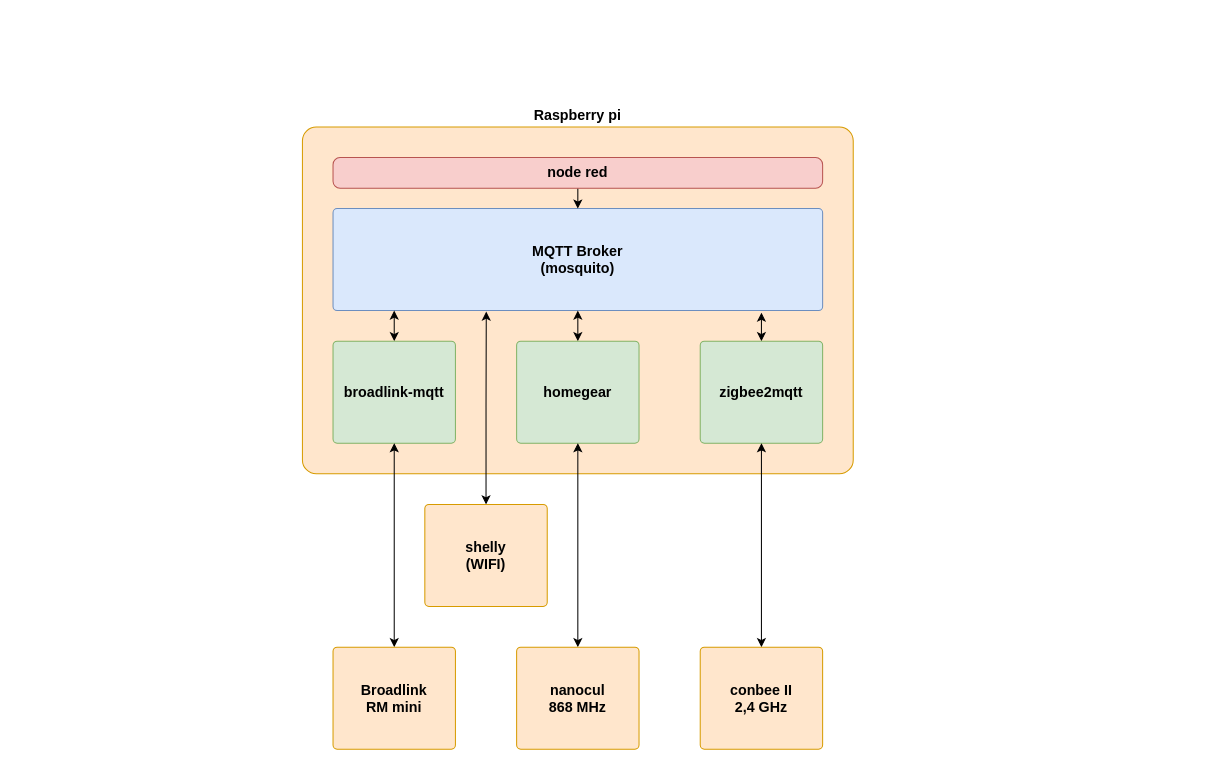
This is doc/draw.io/smarthome systemarchitektur.drawio from Broncko/vesta, a draw.io file, before an edit. Source tidied: cells renumbered, new cells numbered last; positions are measured from the earlier drawing's top-left corner, leaving out a move shared by most shapes. Both pictures are drawn from the tidied source at 102%, with x=0, y=0 at pixel (302, 126).
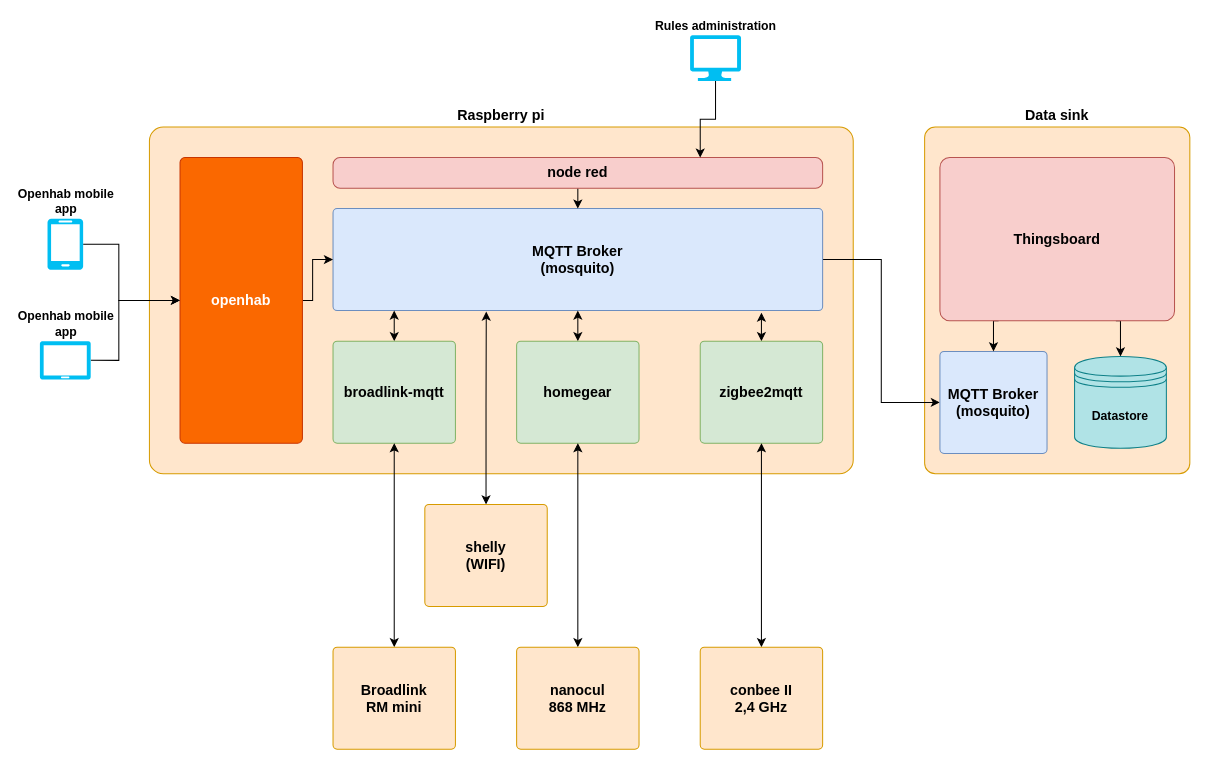
The same diagram, later.

Commit message:
Added data-sink, openhab and clients

The change refers to these unchanged cells:
```xml
<mxCell id="3" value="&lt;font style=&quot;font-size: 14px&quot;&gt;&lt;b&gt;MQTT Broker&lt;br&gt;(mosquito)&lt;br&gt;&lt;/b&gt;&lt;/font&gt;" style="rounded=1;whiteSpace=wrap;html=1;labelPosition=center;verticalLabelPosition=middle;align=center;verticalAlign=middle;fillColor=#dae8fc;strokeColor=#6c8ebf;arcSize=4;" parent="1" vertex="1">
  <mxGeometry x="30" y="80" width="480" height="100" as="geometry" />
</mxCell>
<mxCell id="13" value="&lt;font style=&quot;font-size: 14px&quot;&gt;&lt;b&gt;node red&lt;br&gt;&lt;/b&gt;&lt;/font&gt;" style="rounded=1;whiteSpace=wrap;html=1;labelPosition=center;verticalLabelPosition=middle;align=center;verticalAlign=middle;fillColor=#f8cecc;strokeColor=#b85450;arcSize=23;" parent="1" vertex="1">
  <mxGeometry x="30" y="30" width="480" height="30" as="geometry" />
</mxCell>
```

Change to the diagram source:
```diff
@@
+    <mxCell id="20" value="&lt;font style=&quot;font-size: 14px&quot;&gt;&lt;b&gt;Data sink&lt;/b&gt;&lt;/font&gt;" style="rounded=1;whiteSpace=wrap;html=1;labelPosition=center;verticalLabelPosition=top;align=center;verticalAlign=bottom;fillColor=#ffe6cc;strokeColor=#d79b00;arcSize=4;" parent="1" vertex="1">
+      <mxGeometry x="610" width="260" height="340" as="geometry" />
+    </mxCell>
     <mxCell id="2" value="&lt;font style=&quot;font-size: 14px&quot;&gt;&lt;b&gt;Raspberry pi&lt;/b&gt;&lt;/font&gt;" style="rounded=1;whiteSpace=wrap;html=1;labelPosition=center;verticalLabelPosition=top;align=center;verticalAlign=bottom;fillColor=#ffe6cc;strokeColor=#d79b00;arcSize=4;" parent="1" vertex="1">
-      <mxGeometry width="540" height="340" as="geometry" />
+      <mxGeometry x="-150" width="690" height="340" as="geometry" />
     </mxCell>
+    <mxCell id="21" style="edgeStyle=orthogonalEdgeStyle;rounded=0;jettySize=auto;html=1;exitX=1;exitY=0.5;exitDx=0;exitDy=0;entryX=0;entryY=0.5;entryDx=0;entryDy=0;" parent="1" edge="1" source="3" target="30">
+      <mxGeometry relative="1" as="geometry" />
+    </mxCell>
@@
+    <mxCell id="22" style="edgeStyle=orthogonalEdgeStyle;rounded=0;jettySize=auto;html=1;exitX=1;exitY=0.5;exitDx=0;exitDy=0;" parent="1" edge="1" source="23" target="3">
+      <mxGeometry relative="1" as="geometry">
+        <Array as="points">
+          <mxPoint x="10" y="170" />
+          <mxPoint x="10" y="130" />
+        </Array>
+      </mxGeometry>
+    </mxCell>
+    <mxCell id="23" value="&lt;font style=&quot;font-size: 14px&quot;&gt;&lt;b&gt;openhab&lt;br&gt;&lt;/b&gt;&lt;/font&gt;" style="rounded=1;whiteSpace=wrap;html=1;labelPosition=center;verticalLabelPosition=middle;align=center;verticalAlign=middle;fillColor=#fa6800;strokeColor=#C73500;arcSize=4;fontColor=#ffffff;" parent="1" vertex="1">
+      <mxGeometry x="-120" y="30" width="120" height="280" as="geometry" />
+    </mxCell>
+    <mxCell id="24" style="edgeStyle=orthogonalEdgeStyle;rounded=0;jettySize=auto;html=1;exitX=1;exitY=0.5;exitDx=0;exitDy=0;exitPerimeter=0;entryX=0;entryY=0.5;entryDx=0;entryDy=0;" parent="1" edge="1" source="25" target="23">
+      <mxGeometry relative="1" as="geometry">
+        <Array as="points">
+          <mxPoint x="-180" y="115" />
+          <mxPoint x="-180" y="170" />
+        </Array>
+      </mxGeometry>
+    </mxCell>
+    <mxCell id="25" value="&lt;b&gt;Openhab mobile&lt;br&gt;app&lt;/b&gt;" style="verticalLabelPosition=top;html=1;verticalAlign=bottom;align=center;strokeColor=none;fillColor=#00BEF2;shape=mxgraph.azure.mobile;labelPosition=center;" parent="1" vertex="1">
+      <mxGeometry x="-250" y="90" width="35" height="50" as="geometry" />
+    </mxCell>
+    <mxCell id="26" style="edgeStyle=orthogonalEdgeStyle;rounded=0;jettySize=auto;html=1;exitX=1;exitY=0.5;exitDx=0;exitDy=0;exitPerimeter=0;" parent="1" edge="1" source="27">
+      <mxGeometry relative="1" as="geometry">
+        <mxPoint x="-120" y="170" as="targetPoint" />
+        <Array as="points">
+          <mxPoint x="-180" y="229" />
+          <mxPoint x="-180" y="170" />
+        </Array>
+      </mxGeometry>
+    </mxCell>
+    <mxCell id="27" value="&lt;b&gt;Openhab mobile&lt;br&gt;app&lt;/b&gt;" style="verticalLabelPosition=top;html=1;verticalAlign=bottom;align=center;strokeColor=none;fillColor=#00BEF2;shape=mxgraph.azure.tablet;labelPosition=center;" parent="1" vertex="1">
+      <mxGeometry x="-257.5" y="210" width="50" height="37.5" as="geometry" />
+    </mxCell>
+    <mxCell id="28" style="edgeStyle=orthogonalEdgeStyle;rounded=0;jettySize=auto;html=1;exitX=0.5;exitY=1;exitDx=0;exitDy=0;exitPerimeter=0;entryX=0.75;entryY=0;entryDx=0;entryDy=0;" parent="1" edge="1" source="29" target="13">
+      <mxGeometry relative="1" as="geometry" />
+    </mxCell>
+    <mxCell id="29" value="&lt;b&gt;Rules administration&lt;/b&gt;" style="verticalLabelPosition=top;html=1;verticalAlign=bottom;align=center;strokeColor=none;fillColor=#00BEF2;shape=mxgraph.azure.computer;labelPosition=center;" parent="1" vertex="1">
+      <mxGeometry x="380" y="-90" width="50" height="45" as="geometry" />
+    </mxCell>
+    <mxCell id="30" value="&lt;font style=&quot;font-size: 14px&quot;&gt;&lt;b&gt;MQTT Broker&lt;br&gt;(mosquito)&lt;br&gt;&lt;/b&gt;&lt;/font&gt;" style="rounded=1;whiteSpace=wrap;html=1;labelPosition=center;verticalLabelPosition=middle;align=center;verticalAlign=middle;fillColor=#dae8fc;strokeColor=#6c8ebf;arcSize=4;" parent="1" vertex="1">
+      <mxGeometry x="625" y="220" width="105" height="100" as="geometry" />
+    </mxCell>
+    <mxCell id="31" style="edgeStyle=orthogonalEdgeStyle;rounded=0;jettySize=auto;html=1;exitX=0.25;exitY=1;exitDx=0;exitDy=0;entryX=0.5;entryY=0;entryDx=0;entryDy=0;" parent="1" edge="1" source="33" target="30">
+      <mxGeometry relative="1" as="geometry" />
+    </mxCell>
+    <mxCell id="32" style="edgeStyle=orthogonalEdgeStyle;rounded=0;jettySize=auto;html=1;exitX=0.75;exitY=1;exitDx=0;exitDy=0;entryX=0.5;entryY=0;entryDx=0;entryDy=0;" parent="1" edge="1" source="33" target="34">
+      <mxGeometry relative="1" as="geometry" />
+    </mxCell>
+    <mxCell id="33" value="&lt;font style=&quot;font-size: 14px&quot;&gt;&lt;b&gt;Thingsboard&lt;br&gt;&lt;/b&gt;&lt;/font&gt;" style="rounded=1;whiteSpace=wrap;html=1;labelPosition=center;verticalLabelPosition=middle;align=center;verticalAlign=middle;fillColor=#f8cecc;strokeColor=#b85450;arcSize=6;" parent="1" vertex="1">
+      <mxGeometry x="625" y="30" width="230" height="160" as="geometry" />
+    </mxCell>
+    <mxCell id="34" value="&lt;b&gt;Datastore&lt;/b&gt;" style="shape=datastore;whiteSpace=wrap;html=1;fillColor=#b0e3e6;strokeColor=#0e8088;" parent="1" vertex="1">
+      <mxGeometry x="757" y="225" width="90" height="90" as="geometry" />
+    </mxCell>
```
